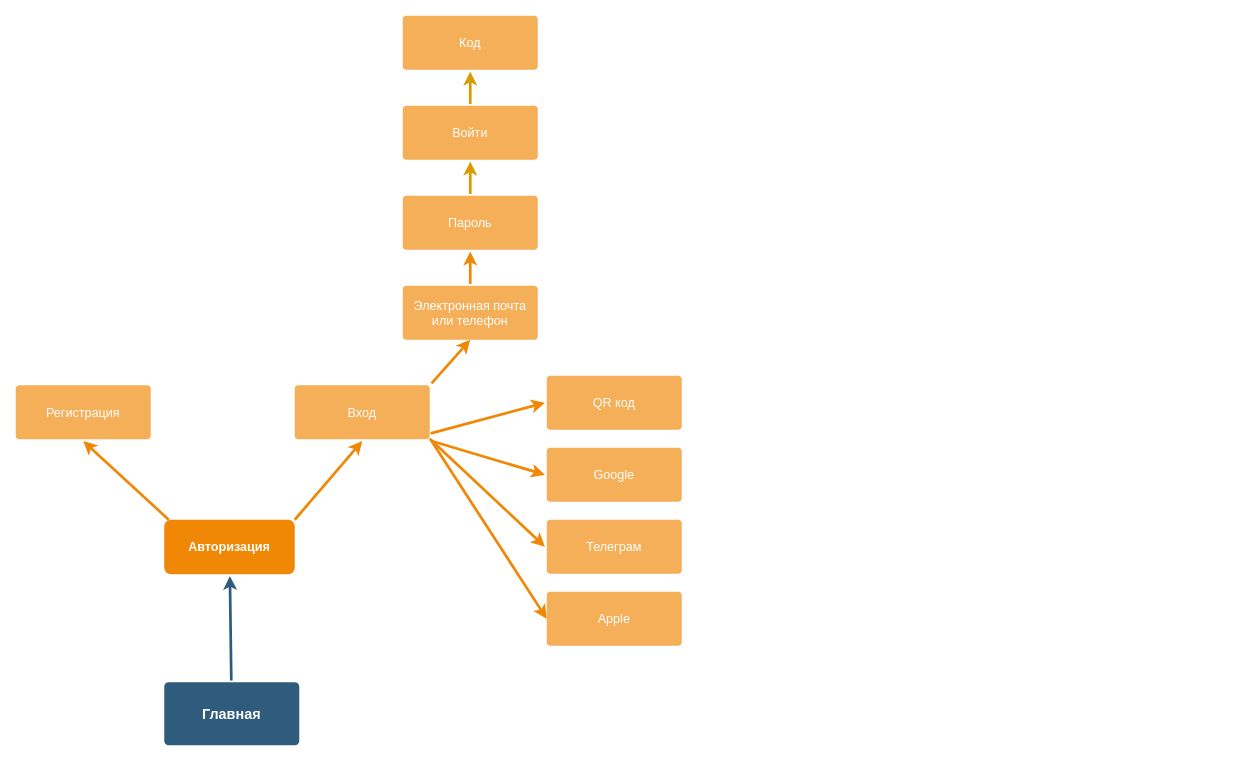
This is page "Page-1" (1 of 2) of new_bitqi_com.drawio from Observer16/BugReg, a draw.io file, before an edit. Source tidied: cells renumbered, new cells numbered last; positions are measured from the earlier drawing's top-left corner, leaving out a move shared by most shapes. Both pictures are drawn from the tidied source at 90%, with x=0, y=0 at pixel (15, 15).
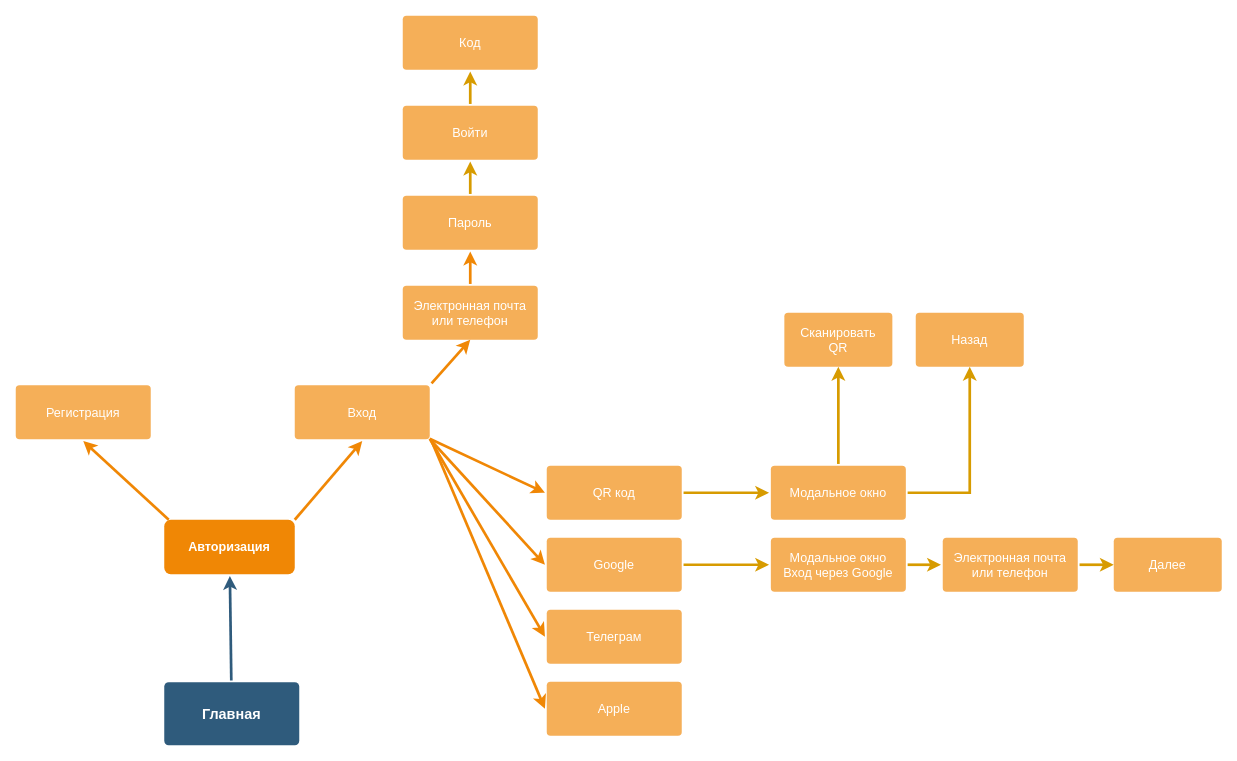
The same diagram, later.

The change refers to these unchanged cells:
```xml
<mxCell id="7" value="Вход" style="rounded=1;whiteSpace=wrap;html=1;shadow=0;labelBackgroundColor=none;strokeColor=none;strokeWidth=3;fillColor=#f5af58;fontFamily=Helvetica;fontSize=14;fontColor=#FFFFFF;align=center;spacing=5;arcSize=7;perimeterSpacing=2;" parent="1" vertex="1">
  <mxGeometry x="310" y="410.5" width="150" height="60" as="geometry" />
</mxCell>
```

Change to the diagram source:
```diff
@@
+    <mxCell id="25" style="edgeStyle=orthogonalEdgeStyle;rounded=0;jettySize=auto;html=1;fillColor=#ffe6cc;strokeColor=#d79b00;strokeWidth=3;" parent="1" edge="1" source="14" target="29">
+      <mxGeometry relative="1" as="geometry" />
+    </mxCell>
     <mxCell id="14" value="QR код" style="rounded=1;whiteSpace=wrap;html=1;shadow=0;labelBackgroundColor=none;strokeColor=none;strokeWidth=3;fillColor=#f5af58;fontFamily=Helvetica;fontSize=14;fontColor=#FFFFFF;align=center;spacing=5;arcSize=7;perimeterSpacing=2;gradientColor=none;" parent="1" vertex="1">
-      <mxGeometry x="590" y="400" width="150" height="60" as="geometry" />
+      <mxGeometry x="590" y="500" width="150" height="60" as="geometry" />
     </mxCell>
+    <mxCell id="26" style="edgeStyle=orthogonalEdgeStyle;rounded=0;jettySize=auto;html=1;strokeWidth=3;fillColor=#ffe6cc;strokeColor=#d79b00;" parent="1" edge="1" source="15" target="31">
+      <mxGeometry relative="1" as="geometry" />
+    </mxCell>
     <mxCell id="15" value="Google" style="rounded=1;whiteSpace=wrap;html=1;shadow=0;labelBackgroundColor=none;strokeColor=none;strokeWidth=3;fillColor=#f5af58;fontFamily=Helvetica;fontSize=14;fontColor=#FFFFFF;align=center;spacing=5;arcSize=7;perimeterSpacing=2;gradientColor=none;" parent="1" vertex="1">
-      <mxGeometry x="590" y="480" width="150" height="60" as="geometry" />
+      <mxGeometry x="590" y="580" width="150" height="60" as="geometry" />
     </mxCell>
     <mxCell id="16" value="Телеграм" style="rounded=1;whiteSpace=wrap;html=1;shadow=0;labelBackgroundColor=none;strokeColor=none;strokeWidth=3;fillColor=#f5af58;fontFamily=Helvetica;fontSize=14;fontColor=#FFFFFF;align=center;spacing=5;arcSize=7;perimeterSpacing=2;gradientColor=none;" parent="1" vertex="1">
-      <mxGeometry x="590" y="560" width="150" height="60" as="geometry" />
+      <mxGeometry x="590" y="660" width="150" height="60" as="geometry" />
     </mxCell>
     <mxCell id="17" value="Apple" style="rounded=1;whiteSpace=wrap;html=1;shadow=0;labelBackgroundColor=none;strokeColor=none;strokeWidth=3;fillColor=#f5af58;fontFamily=Helvetica;fontSize=14;fontColor=#FFFFFF;align=center;spacing=5;arcSize=7;perimeterSpacing=2;gradientColor=none;" parent="1" vertex="1">
-      <mxGeometry x="590" y="640" width="150" height="60" as="geometry" />
+      <mxGeometry x="590" y="740" width="150" height="60" as="geometry" />
     </mxCell>
-    <mxCell id="18" style="edgeStyle=none;rounded=0;jumpStyle=none;html=1;shadow=0;labelBackgroundColor=none;startArrow=none;startFill=0;endArrow=classic;endFill=1;jettySize=auto;strokeColor=#F08705;strokeWidth=3;fontFamily=Helvetica;fontSize=14;fontColor=#FFFFFF;spacing=5;entryX=0;entryY=0.5;entryDx=0;entryDy=0;exitX=0.994;exitY=0.867;exitDx=0;exitDy=0;exitPerimeter=0;" parent="1" edge="1" source="7" target="14">
-      <mxGeometry relative="1" as="geometry" />
+    <mxCell id="18" style="edgeStyle=none;rounded=0;jumpStyle=none;html=1;shadow=0;labelBackgroundColor=none;startArrow=none;startFill=0;endArrow=classic;endFill=1;jettySize=auto;strokeColor=#F08705;strokeWidth=3;fontFamily=Helvetica;fontSize=14;fontColor=#FFFFFF;spacing=5;entryX=0;entryY=0.5;entryDx=0;entryDy=0;" parent="1" edge="1" target="14">
+      <mxGeometry relative="1" as="geometry">
+        <mxPoint x="460" y="470" as="sourcePoint" />
+      </mxGeometry>
     </mxCell>
-    <mxCell id="19" style="edgeStyle=none;rounded=0;jumpStyle=none;html=1;shadow=0;labelBackgroundColor=none;startArrow=none;startFill=0;endArrow=classic;endFill=1;jettySize=auto;strokeColor=#F08705;strokeWidth=3;fontFamily=Helvetica;fontSize=14;fontColor=#FFFFFF;spacing=5;entryX=0.5;entryY=1;entryDx=0;entryDy=0;exitX=1;exitY=1;exitDx=0;exitDy=0;" parent="1" edge="1" source="7">
-      <mxGeometry relative="1" as="geometry">
-        <mxPoint x="590" y="670" as="targetPoint" />
-      </mxGeometry>
+    <mxCell id="19" style="edgeStyle=none;rounded=0;jumpStyle=none;html=1;shadow=0;labelBackgroundColor=none;startArrow=none;startFill=0;endArrow=classic;endFill=1;jettySize=auto;strokeColor=#F08705;strokeWidth=3;fontFamily=Helvetica;fontSize=14;fontColor=#FFFFFF;spacing=5;exitX=1;exitY=1;exitDx=0;exitDy=0;entryX=0;entryY=0.5;entryDx=0;entryDy=0;" parent="1" edge="1" source="7" target="17">
+      <mxGeometry relative="1" as="geometry" />
     </mxCell>
@@
+    <mxCell id="27" style="edgeStyle=orthogonalEdgeStyle;rounded=0;jettySize=auto;html=1;strokeWidth=3;fillColor=#ffe6cc;strokeColor=#d79b00;" parent="1" edge="1" source="29" target="35">
+      <mxGeometry relative="1" as="geometry" />
+    </mxCell>
+    <mxCell id="28" style="edgeStyle=orthogonalEdgeStyle;rounded=0;jettySize=auto;html=1;strokeWidth=3;fillColor=#ffe6cc;strokeColor=#d79b00;" parent="1" edge="1" source="29" target="36">
+      <mxGeometry relative="1" as="geometry" />
+    </mxCell>
+    <mxCell id="29" value="&lt;span style=&quot;&quot;&gt;Модальное окно&lt;/span&gt;" style="rounded=1;whiteSpace=wrap;html=1;shadow=0;labelBackgroundColor=none;strokeColor=none;strokeWidth=3;fillColor=#f5af58;fontFamily=Helvetica;fontSize=14;fontColor=#FFFFFF;align=center;spacing=5;arcSize=7;perimeterSpacing=2;gradientColor=none;" parent="1" vertex="1">
+      <mxGeometry x="839" y="500" width="150" height="60" as="geometry" />
+    </mxCell>
+    <mxCell id="30" style="edgeStyle=orthogonalEdgeStyle;rounded=0;jettySize=auto;html=1;strokeWidth=3;fillColor=#ffe6cc;strokeColor=#d79b00;" parent="1" edge="1" source="31" target="33">
+      <mxGeometry relative="1" as="geometry" />
+    </mxCell>
+    <mxCell id="31" value="Модальное окно&lt;br&gt;Вход через Google" style="rounded=1;whiteSpace=wrap;html=1;shadow=0;labelBackgroundColor=none;strokeColor=none;strokeWidth=3;fillColor=#f5af58;fontFamily=Helvetica;fontSize=14;fontColor=#FFFFFF;align=center;spacing=5;arcSize=7;perimeterSpacing=2;gradientColor=none;" parent="1" vertex="1">
+      <mxGeometry x="839" y="580" width="150" height="60" as="geometry" />
+    </mxCell>
+    <mxCell id="32" style="edgeStyle=orthogonalEdgeStyle;rounded=0;jettySize=auto;html=1;strokeWidth=3;fillColor=#ffe6cc;strokeColor=#d79b00;" parent="1" edge="1" source="33" target="34">
+      <mxGeometry relative="1" as="geometry" />
+    </mxCell>
+    <mxCell id="33" value="Электронная почта или телефон" style="rounded=1;whiteSpace=wrap;html=1;shadow=0;labelBackgroundColor=none;strokeColor=none;strokeWidth=3;fillColor=#f5af58;fontFamily=Helvetica;fontSize=14;fontColor=#FFFFFF;align=center;spacing=5;arcSize=7;perimeterSpacing=2;gradientColor=none;" parent="1" vertex="1">
+      <mxGeometry x="1030" y="580" width="150" height="60" as="geometry" />
+    </mxCell>
+    <mxCell id="34" value="Далее" style="whiteSpace=wrap;html=1;fontSize=14;fillColor=#f5af58;strokeColor=none;fontColor=#FFFFFF;rounded=1;shadow=0;labelBackgroundColor=none;strokeWidth=3;spacing=5;arcSize=7;gradientColor=none;" parent="1" vertex="1">
+      <mxGeometry x="1220" y="580" width="120" height="60" as="geometry" />
+    </mxCell>
+    <mxCell id="35" value="Сканировать&lt;br&gt;QR" style="whiteSpace=wrap;html=1;fontSize=14;fillColor=#f5af58;strokeColor=none;fontColor=#FFFFFF;rounded=1;shadow=0;labelBackgroundColor=none;strokeWidth=3;spacing=5;arcSize=7;gradientColor=none;" parent="1" vertex="1">
+      <mxGeometry x="854" y="330" width="120" height="60" as="geometry" />
+    </mxCell>
+    <mxCell id="36" value="Назад" style="whiteSpace=wrap;html=1;fontSize=14;fillColor=#f5af58;strokeColor=none;fontColor=#FFFFFF;rounded=1;shadow=0;labelBackgroundColor=none;strokeWidth=3;spacing=5;arcSize=7;gradientColor=none;" parent="1" vertex="1">
+      <mxGeometry x="1000" y="330" width="120" height="60" as="geometry" />
+    </mxCell>
```
